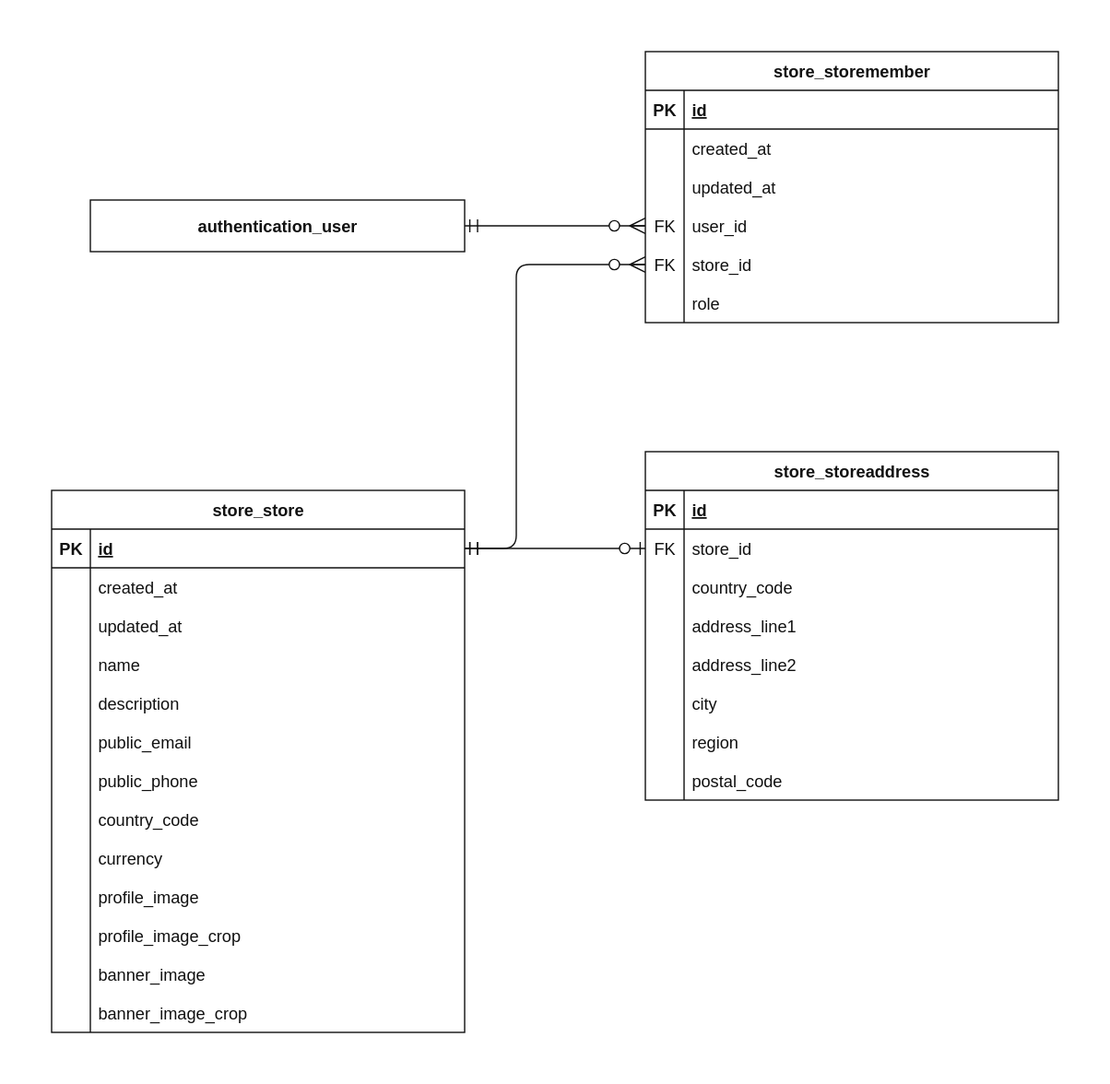
This is docs/erd/diagrams/store.drawio.svg from RHILIUS/E-Commerce-API, a draw.io export, as it was before one commit. Source tidied: cells renumbered, new cells last; positions are measured from the earlier drawing's top-left corner, leaving out a move shared by most shapes.
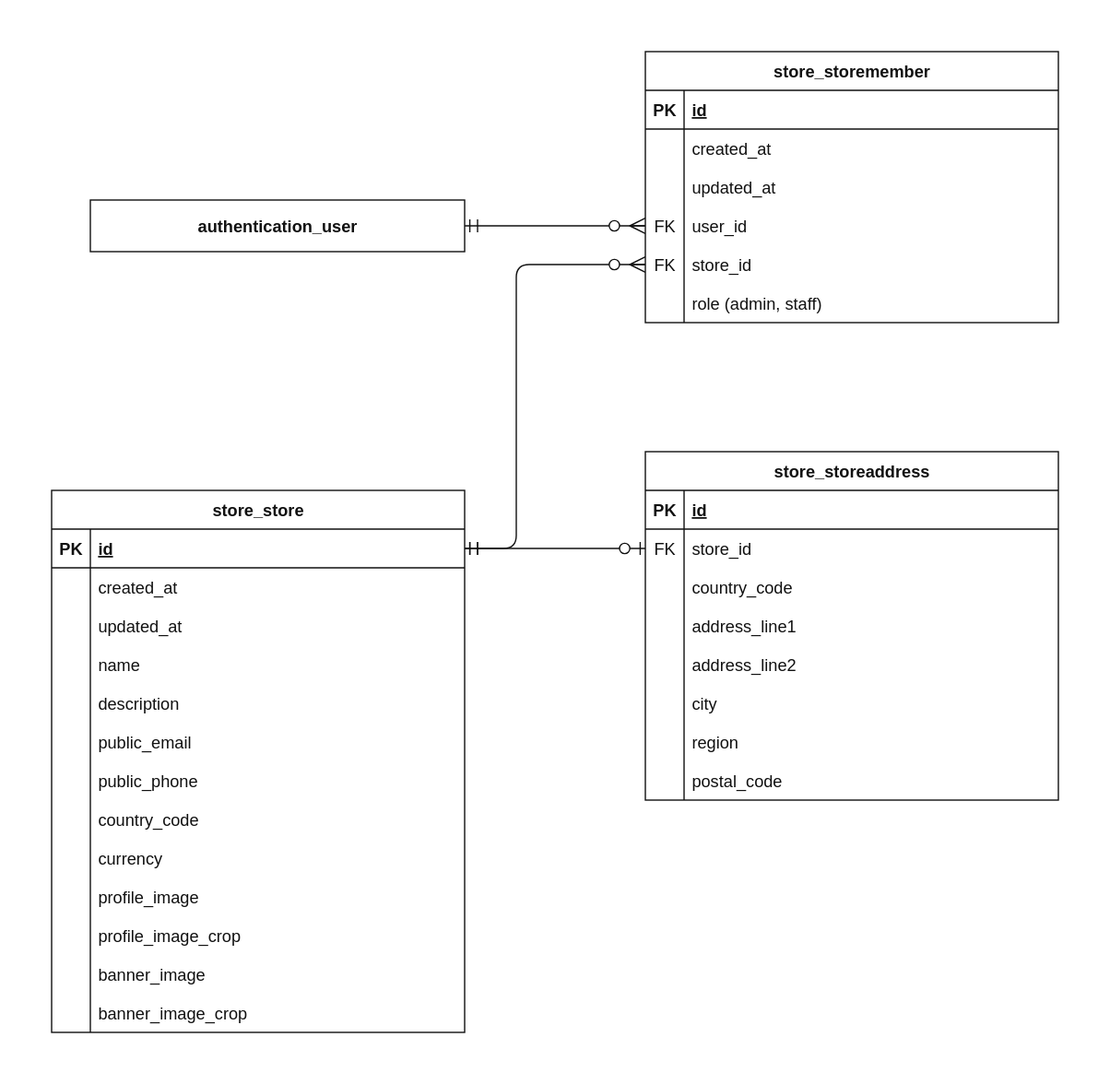
After the commit.

Diff of the diagram source:
```diff
@@ -251,7 +251,7 @@
     <mxCell id="84" style="shape=partialRectangle;fillColor=none;top=0;left=0;bottom=0;right=0;overflow=hidden;whiteSpace=wrap;html=1;fontSize=13;fontFamily=Helvetica;" parent="83" vertex="1">
       <mxGeometry width="30" height="30" as="geometry" />
     </mxCell>
-    <mxCell id="85" value="role" style="shape=partialRectangle;fillColor=none;top=0;left=0;bottom=0;right=0;overflow=hidden;whiteSpace=wrap;html=1;align=left;spacingLeft=6;fontSize=13;fontFamily=Helvetica;" parent="83" vertex="1">
+    <mxCell id="85" value="role (admin, staff)" style="shape=partialRectangle;fillColor=none;top=0;left=0;bottom=0;right=0;overflow=hidden;whiteSpace=wrap;html=1;align=left;spacingLeft=6;fontSize=13;fontFamily=Helvetica;" parent="83" vertex="1">
       <mxGeometry x="30" width="290" height="30" as="geometry" />
     </mxCell>
     <mxCell id="86" value="authentication_user" style="rounded=0;whiteSpace=wrap;html=1;align=center;fontStyle=1;fontSize=13;fontFamily=Helvetica;" parent="1" vertex="1">
```
